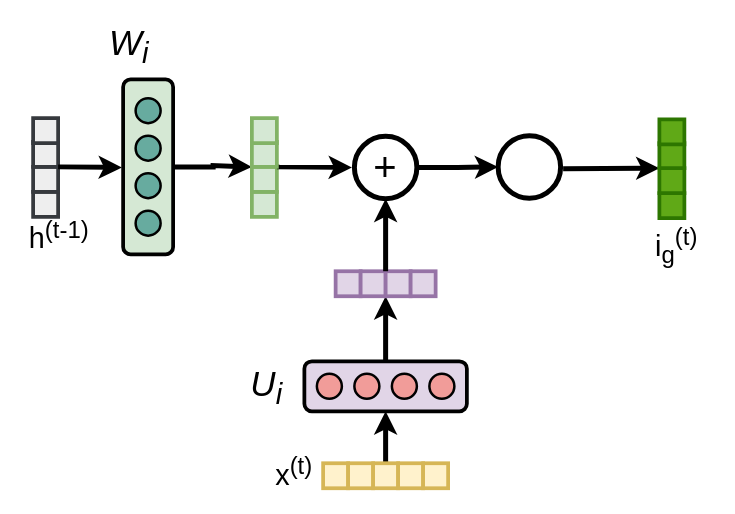
Earlier version of the draw.io diagram lstm_inputgate.drawio (viniciusrpb/drawio_flowcharts). Source tidied: cells renumbered, new cells numbered last; positions are measured from the earlier drawing's top-left corner, leaving out a move shared by most shapes. Both pictures are drawn from the tidied source at 125%, with x=0, y=0 at pixel (21, 28).
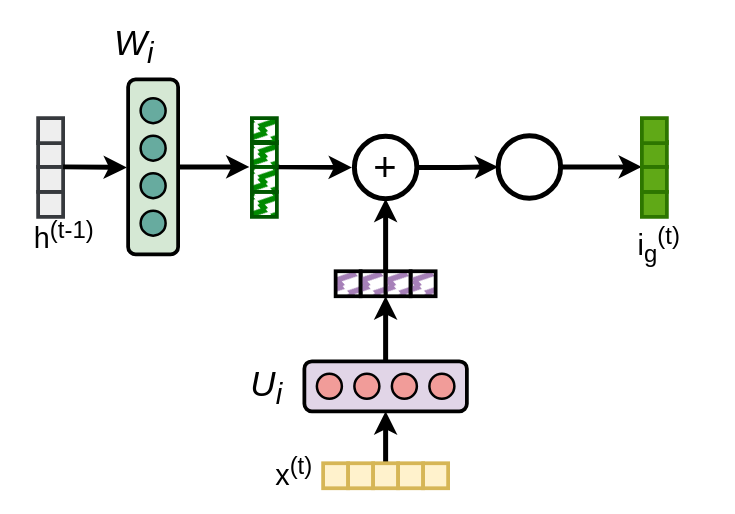
The same page after the edit.

The change refers to these unchanged cells:
```xml
<mxCell id="28" style="ellipse;whiteSpace=wrap;html=1;fontSize=32;strokeWidth=4;" parent="1" vertex="1">
  <mxGeometry x="381" y="86" width="50" height="50" as="geometry" />
</mxCell>
```

Diff of the diagram source:
```diff
@@
-    <mxCell id="8" style="edgeStyle=orthogonalEdgeStyle;rounded=0;jettySize=auto;html=1;exitX=0.5;exitY=0;exitDx=0;exitDy=0;entryX=0;entryY=0;entryDx=0;entryDy=0;strokeWidth=4;" parent="1" edge="1" source="9" target="38">
-      <mxGeometry relative="1" as="geometry">
-        <Array as="points">
-          <mxPoint x="153" y="111" />
-          <mxPoint x="184" y="110" />
-        </Array>
-      </mxGeometry>
-    </mxCell>
+    <mxCell id="48" style="edgeStyle=orthogonalEdgeStyle;rounded=0;jettySize=auto;html=1;strokeWidth=4;" parent="1" edge="1" source="9">
+      <mxGeometry relative="1" as="geometry">
+        <mxPoint x="182" y="111" as="targetPoint" />
+      </mxGeometry>
+    </mxCell>
     <mxCell id="9" style="rounded=1;whiteSpace=wrap;html=1;fontSize=12;glass=0;strokeWidth=3;shadow=0;rotation=90;fillColor=#d5e8d4;strokeColor=#000000;" parent="1" vertex="1">
-      <mxGeometry x="31" y="91" width="140" height="40" as="geometry" />
+      <mxGeometry x="35" y="91" width="140" height="40" as="geometry" />
     </mxCell>
     <mxCell id="10" style="ellipse;whiteSpace=wrap;html=1;strokeWidth=2;fillColor=#67AB9F;strokeColor=#000000;" parent="1" vertex="1">
-      <mxGeometry x="91" y="56" width="20" height="20" as="geometry" />
+      <mxGeometry x="95" y="56" width="20" height="20" as="geometry" />
     </mxCell>
     <mxCell id="11" style="ellipse;whiteSpace=wrap;html=1;strokeWidth=2;fillColor=#67AB9F;strokeColor=#000000;" parent="1" vertex="1">
-      <mxGeometry x="91" y="86" width="20" height="20" as="geometry" />
+      <mxGeometry x="95" y="86" width="20" height="20" as="geometry" />
     </mxCell>
     <mxCell id="12" style="ellipse;whiteSpace=wrap;html=1;strokeWidth=2;fillColor=#67AB9F;strokeColor=#000000;" parent="1" vertex="1">
-      <mxGeometry x="91" y="116" width="20" height="20" as="geometry" />
+      <mxGeometry x="95" y="116" width="20" height="20" as="geometry" />
     </mxCell>
     <mxCell id="13" style="ellipse;whiteSpace=wrap;html=1;strokeWidth=2;fillColor=#67AB9F;strokeColor=#000000;" parent="1" vertex="1">
-      <mxGeometry x="91" y="146" width="20" height="20" as="geometry" />
+      <mxGeometry x="95" y="146" width="20" height="20" as="geometry" />
     </mxCell>
@@
-    <mxCell id="21" style="rounded=0;whiteSpace=wrap;html=1;strokeWidth=3;fillColor=#e1d5e7;strokeColor=#9673a6;" parent="1" vertex="1">
+    <mxCell id="21" style="rounded=0;whiteSpace=wrap;html=1;strokeWidth=3;fillColor=#A680B8;strokeColor=#000000;fillStyle=zigzag-line;" parent="1" vertex="1">
       <mxGeometry x="251" y="194.5" width="20" height="20" as="geometry" />
     </mxCell>
-    <mxCell id="22" style="rounded=0;whiteSpace=wrap;html=1;strokeWidth=3;fillColor=#e1d5e7;strokeColor=#9673a6;" parent="1" vertex="1">
+    <mxCell id="22" style="rounded=0;whiteSpace=wrap;html=1;strokeWidth=3;fillColor=#A680B8;strokeColor=#000000;fillStyle=zigzag-line;" parent="1" vertex="1">
       <mxGeometry x="271" y="194.5" width="20" height="20" as="geometry" />
     </mxCell>
-    <mxCell id="23" style="rounded=0;whiteSpace=wrap;html=1;strokeWidth=3;fillColor=#e1d5e7;strokeColor=#9673a6;" parent="1" vertex="1">
+    <mxCell id="23" style="rounded=0;whiteSpace=wrap;html=1;strokeWidth=3;fillColor=#A680B8;strokeColor=#000000;fillStyle=zigzag-line;" parent="1" vertex="1">
       <mxGeometry x="291" y="194.5" width="20" height="20" as="geometry" />
     </mxCell>
-    <mxCell id="24" style="rounded=0;whiteSpace=wrap;html=1;strokeWidth=3;fillColor=#e1d5e7;strokeColor=#9673a6;" parent="1" vertex="1">
+    <mxCell id="24" style="rounded=0;whiteSpace=wrap;html=1;strokeWidth=3;fillColor=#A680B8;strokeColor=#000000;fillStyle=zigzag-line;" parent="1" vertex="1">
       <mxGeometry x="311" y="194.5" width="20" height="20" as="geometry" />
     </mxCell>
@@
-    <mxCell id="29" style="endArrow=classic;html=1;rounded=0;exitX=1;exitY=0;exitDx=0;exitDy=0;strokeWidth=4;entryX=0;entryY=0;entryDx=0;entryDy=0;" parent="1" edge="1" target="44">
-      <mxGeometry relative="1" as="geometry">
-        <mxPoint x="433" y="112.5" as="sourcePoint" />
-      </mxGeometry>
+    <mxCell id="29" style="endArrow=classic;html=1;rounded=0;exitX=1;exitY=0.5;exitDx=0;exitDy=0;strokeWidth=4;entryX=0;entryY=0;entryDx=0;entryDy=0;" parent="1" edge="1" source="28" target="44">
+      <mxGeometry relative="1" as="geometry" />
     </mxCell>
     <mxCell id="30" value="i&lt;sub&gt;g&lt;/sub&gt;&lt;sup&gt;(t)&lt;/sup&gt;" style="text;html=1;align=center;verticalAlign=middle;whiteSpace=wrap;rounded=0;fontSize=23;strokeWidth=4;" parent="1" vertex="1">
-      <mxGeometry x="494" y="159" width="60" height="30" as="geometry" />
+      <mxGeometry x="480" y="158" width="60" height="30" as="geometry" />
     </mxCell>
     <mxCell id="31" value="W&lt;sub&gt;i&lt;/sub&gt;" style="text;html=1;align=center;verticalAlign=middle;whiteSpace=wrap;rounded=0;fontSize=28;fontStyle=2;" parent="1" vertex="1">
-      <mxGeometry x="56" width="60" height="30" as="geometry" />
+      <mxGeometry x="60" width="60" height="30" as="geometry" />
     </mxCell>
     <mxCell id="32" value="h&lt;sup&gt;(t-1)&lt;/sup&gt;" style="text;html=1;align=center;verticalAlign=middle;whiteSpace=wrap;rounded=0;fontSize=23;strokeWidth=4;" parent="1" vertex="1">
-      <mxGeometry y="151" width="60" height="30" as="geometry" />
+      <mxGeometry x="4" y="151" width="60" height="30" as="geometry" />
     </mxCell>
     <mxCell id="33" style="rounded=0;whiteSpace=wrap;html=1;strokeWidth=3;fillColor=#eeeeee;strokeColor=#36393d;" parent="1" vertex="1">
-      <mxGeometry x="9" y="131" width="20" height="20" as="geometry" />
+      <mxGeometry x="13" y="131" width="20" height="20" as="geometry" />
     </mxCell>
     <mxCell id="34" style="rounded=0;whiteSpace=wrap;html=1;strokeWidth=3;fillColor=#eeeeee;strokeColor=#36393d;" parent="1" vertex="1">
-      <mxGeometry x="9" y="111" width="20" height="20" as="geometry" />
+      <mxGeometry x="13" y="111" width="20" height="20" as="geometry" />
     </mxCell>
     <mxCell id="35" style="rounded=0;whiteSpace=wrap;html=1;strokeWidth=3;fillColor=#eeeeee;strokeColor=#36393d;" parent="1" vertex="1">
-      <mxGeometry x="9" y="91" width="20" height="20" as="geometry" />
+      <mxGeometry x="13" y="91" width="20" height="20" as="geometry" />
     </mxCell>
     <mxCell id="36" style="rounded=0;whiteSpace=wrap;html=1;strokeWidth=3;fillColor=#eeeeee;strokeColor=#36393d;" parent="1" vertex="1">
-      <mxGeometry x="9" y="72" width="20" height="20" as="geometry" />
+      <mxGeometry x="13" y="72" width="20" height="20" as="geometry" />
     </mxCell>
-    <mxCell id="37" style="rounded=0;whiteSpace=wrap;html=1;strokeWidth=3;fillColor=#d5e8d4;strokeColor=#82b366;" parent="1" vertex="1">
+    <mxCell id="37" style="rounded=0;whiteSpace=wrap;html=1;strokeWidth=3;fillColor=#008a00;strokeColor=#005700;fillStyle=zigzag-line;fontColor=#ffffff;" parent="1" vertex="1">
       <mxGeometry x="184" y="131" width="20" height="20" as="geometry" />
     </mxCell>
-    <mxCell id="38" style="rounded=0;whiteSpace=wrap;html=1;strokeWidth=3;fillColor=#d5e8d4;strokeColor=#82b366;" parent="1" vertex="1">
+    <mxCell id="38" style="rounded=0;whiteSpace=wrap;html=1;strokeWidth=3;fillColor=#008a00;strokeColor=#005700;fillStyle=zigzag-line;fontColor=#ffffff;" parent="1" vertex="1">
       <mxGeometry x="184" y="111" width="20" height="20" as="geometry" />
     </mxCell>
@@
-    <mxCell id="40" style="rounded=0;whiteSpace=wrap;html=1;strokeWidth=3;fillColor=#d5e8d4;strokeColor=#82b366;" parent="1" vertex="1">
+    <mxCell id="40" style="rounded=0;whiteSpace=wrap;html=1;strokeWidth=3;fillColor=#008a00;strokeColor=#005700;fillStyle=zigzag-line;fontColor=#ffffff;" parent="1" vertex="1">
       <mxGeometry x="184" y="91" width="20" height="20" as="geometry" />
     </mxCell>
-    <mxCell id="41" style="rounded=0;whiteSpace=wrap;html=1;strokeWidth=3;fillColor=#d5e8d4;strokeColor=#82b366;" parent="1" vertex="1">
+    <mxCell id="41" style="rounded=0;whiteSpace=wrap;html=1;strokeWidth=3;fillColor=#008a00;strokeColor=#005700;fillStyle=zigzag-line;fontColor=#ffffff;" parent="1" vertex="1">
       <mxGeometry x="184" y="72" width="20" height="20" as="geometry" />
     </mxCell>
     <mxCell id="42" style="endArrow=classic;html=1;rounded=0;exitX=1;exitY=1;exitDx=0;exitDy=0;strokeWidth=4;" parent="1" edge="1" source="35">
       <mxGeometry relative="1" as="geometry">
-        <mxPoint x="80" y="111.5" as="targetPoint" />
+        <mxPoint x="84" y="111.5" as="targetPoint" />
       </mxGeometry>
     </mxCell>
     <mxCell id="43" style="rounded=0;whiteSpace=wrap;html=1;strokeWidth=3;fillColor=#60a917;strokeColor=#2D7600;fontColor=#ffffff;" parent="1" vertex="1">
-      <mxGeometry x="510" y="132" width="20" height="20" as="geometry" />
+      <mxGeometry x="496" y="131" width="20" height="20" as="geometry" />
     </mxCell>
     <mxCell id="44" style="rounded=0;whiteSpace=wrap;html=1;strokeWidth=3;fillColor=#60a917;strokeColor=#2D7600;fontColor=#ffffff;" parent="1" vertex="1">
-      <mxGeometry x="510" y="112" width="20" height="20" as="geometry" />
+      <mxGeometry x="496" y="111" width="20" height="20" as="geometry" />
     </mxCell>
     <mxCell id="45" style="rounded=0;whiteSpace=wrap;html=1;strokeWidth=3;fillColor=#60a917;strokeColor=#2D7600;fontColor=#ffffff;" parent="1" vertex="1">
-      <mxGeometry x="510" y="92" width="20" height="20" as="geometry" />
+      <mxGeometry x="496" y="91" width="20" height="20" as="geometry" />
     </mxCell>
     <mxCell id="46" style="rounded=0;whiteSpace=wrap;html=1;strokeWidth=3;fillColor=#60a917;strokeColor=#2D7600;fontColor=#ffffff;" parent="1" vertex="1">
-      <mxGeometry x="510" y="73" width="20" height="20" as="geometry" />
+      <mxGeometry x="496" y="72" width="20" height="20" as="geometry" />
     </mxCell>
```
